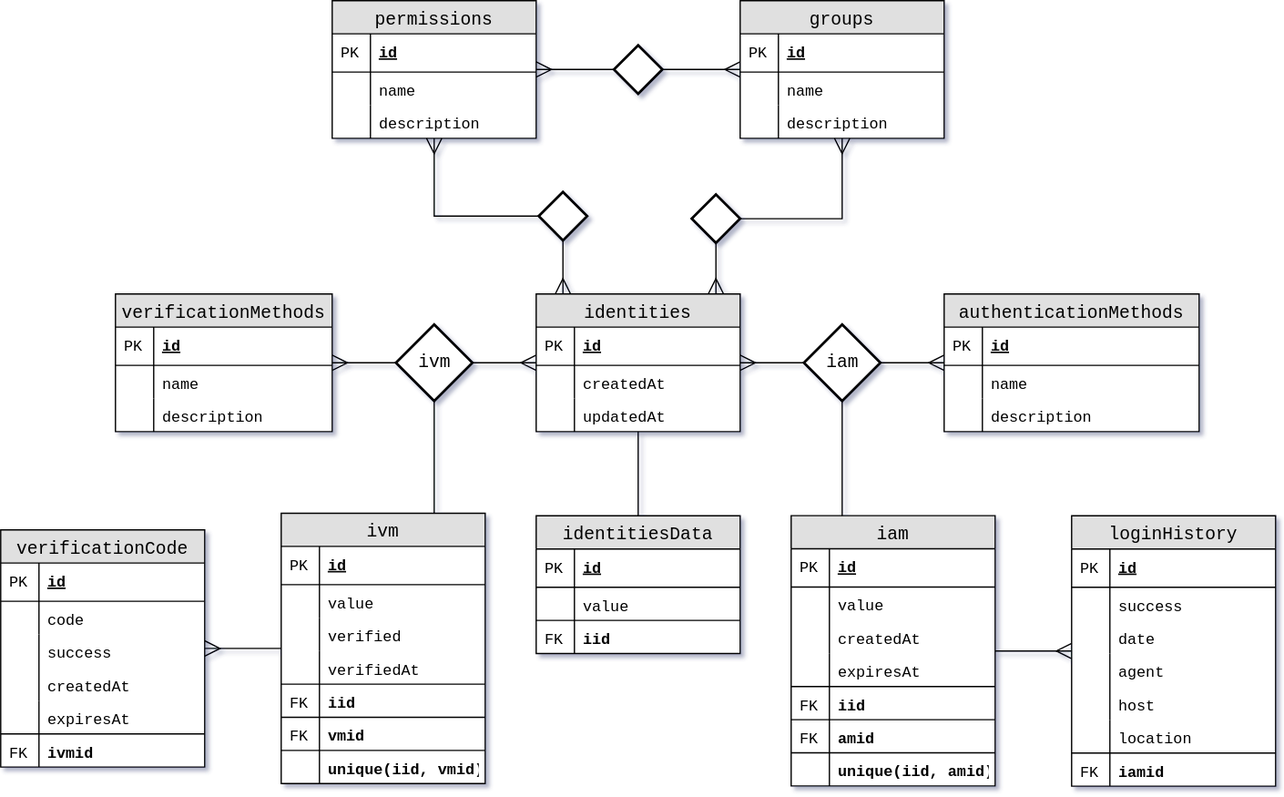
Earlier version of the draw.io export .ntweb/images/er.svg (ntrrg/usersd). Source tidied: cells renumbered, new cells last; positions are measured from the earlier drawing's top-left corner, leaving out a move shared by most shapes.
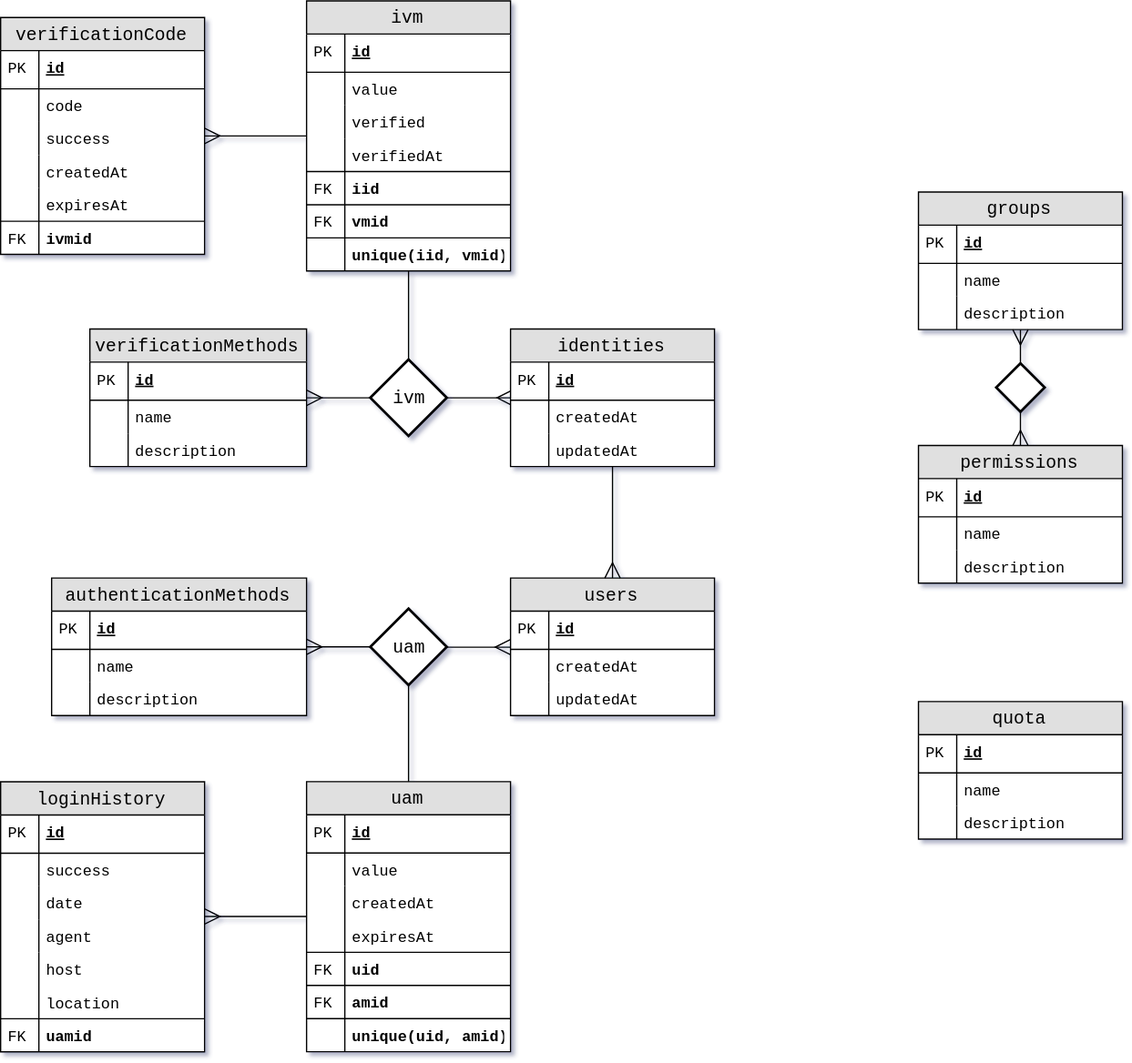
The same diagram one commit later.

Diff of the diagram source:
```diff
@@ -4,7 +4,7 @@
     <mxCell id="1" parent="0" />
-    <mxCell id="2" style="edgeStyle=orthogonalEdgeStyle;rounded=0;jettySize=auto;html=1;startArrow=ERmany;startFill=0;startSize=10;endArrow=none;endFill=0;endSize=10;entryX=0;entryY=0.5;entryDx=0;entryDy=0;fontFamily=monospace;" parent="1" edge="1" source="3" target="84">
+    <mxCell id="2" style="edgeStyle=orthogonalEdgeStyle;rounded=0;jettySize=auto;html=1;startArrow=ERmany;startFill=0;startSize=10;endArrow=none;endFill=0;endSize=10;entryX=1;entryY=0.5;entryDx=0;entryDy=0;fontFamily=monospace;" parent="1" edge="1" source="3" target="84">
       <mxGeometry relative="1" as="geometry" />
     </mxCell>
-    <mxCell id="3" value="identities" style="swimlane;fontStyle=0;horizontal=1;startSize=26;fillColor=#e0e0e0;swimlaneFillColor=#ffffff;align=center;fontSize=14;fontFamily=monospace;" parent="1" vertex="1">
-      <mxGeometry x="420" y="230" width="160" height="108" as="geometry" />
+    <mxCell id="3" value="users" style="swimlane;fontStyle=0;horizontal=1;startSize=26;fillColor=#e0e0e0;swimlaneFillColor=#ffffff;align=center;fontSize=14;fontFamily=monospace;" parent="1" vertex="1">
+      <mxGeometry x="380" y="-417" width="160" height="108" as="geometry" />
     </mxCell>
@@ -29,3 +29,3 @@
     <mxCell id="10" value="ivm" style="swimlane;fontStyle=0;horizontal=1;startSize=26;fillColor=#e0e0e0;swimlaneFillColor=#ffffff;align=center;fontSize=14;fontFamily=monospace;" parent="1" vertex="1">
-      <mxGeometry x="220" y="402" width="160" height="212" as="geometry" />
+      <mxGeometry x="220" y="-870" width="160" height="212" as="geometry" />
     </mxCell>
@@ -73,26 +73,2 @@
     </mxCell>
-    <mxCell id="25" style="edgeStyle=elbowEdgeStyle;rounded=0;jettySize=auto;elbow=vertical;html=1;startArrow=none;startFill=0;startSize=10;endArrow=none;endFill=0;endSize=10;fontFamily=monospace;" parent="1" edge="1" source="26" target="3">
-      <mxGeometry relative="1" as="geometry" />
-    </mxCell>
-    <mxCell id="26" value="identitiesData" style="swimlane;fontStyle=0;horizontal=1;startSize=26;fillColor=#e0e0e0;swimlaneFillColor=#ffffff;align=center;fontSize=14;fontFamily=monospace;" parent="1" vertex="1">
-      <mxGeometry x="420" y="404" width="160" height="108" as="geometry" />
-    </mxCell>
-    <mxCell id="27" value="id" style="shape=partialRectangle;top=0;left=0;right=0;bottom=1;align=left;verticalAlign=middle;fillColor=none;spacingLeft=34;spacingRight=4;overflow=hidden;fontStyle=5;fontSize=12;fontFamily=monospace;" parent="26" vertex="1">
-      <mxGeometry y="26" width="160" height="30" as="geometry" />
-    </mxCell>
-    <mxCell id="28" value="PK" style="shape=partialRectangle;top=0;left=0;bottom=0;fillColor=none;align=left;verticalAlign=middle;spacingLeft=4;spacingRight=4;overflow=hidden;fontSize=12;fontFamily=monospace;" parent="27" vertex="1">
-      <mxGeometry width="30" height="30" as="geometry" />
-    </mxCell>
-    <mxCell id="29" value="value" style="shape=partialRectangle;top=0;left=0;right=0;bottom=0;align=left;verticalAlign=top;fillColor=none;spacingLeft=34;spacingRight=4;overflow=hidden;fontSize=12;fontFamily=monospace;" parent="26" vertex="1">
-      <mxGeometry y="56" width="160" height="26" as="geometry" />
-    </mxCell>
-    <mxCell id="30" style="shape=partialRectangle;top=0;left=0;bottom=0;fillColor=none;align=left;verticalAlign=top;spacingLeft=4;spacingRight=4;overflow=hidden;fontSize=12;fontFamily=monospace;" parent="29" vertex="1">
-      <mxGeometry width="30" height="26" as="geometry" />
-    </mxCell>
-    <mxCell id="31" value="iid" style="shape=partialRectangle;top=1;left=0;right=0;bottom=0;align=left;verticalAlign=top;fillColor=none;spacingLeft=34;spacingRight=4;overflow=hidden;fontSize=12;fontStyle=1;fontFamily=monospace;" parent="26" vertex="1">
-      <mxGeometry y="82" width="160" height="26" as="geometry" />
-    </mxCell>
-    <mxCell id="32" value="FK" style="shape=partialRectangle;top=0;left=0;bottom=0;fillColor=none;align=left;verticalAlign=top;spacingLeft=4;spacingRight=4;overflow=hidden;fontSize=12;fontFamily=monospace;" parent="31" vertex="1">
-      <mxGeometry width="30" height="26" as="geometry" />
-    </mxCell>
     <mxCell id="33" style="edgeStyle=orthogonalEdgeStyle;rounded=0;jettySize=auto;html=1;startArrow=none;startFill=0;startSize=10;endArrow=ERmany;endFill=0;endSize=10;fontFamily=monospace;" parent="1" edge="1" source="34" target="49">
@@ -100,4 +76,4 @@
     </mxCell>
-    <mxCell id="34" value="iam" style="swimlane;fontStyle=0;horizontal=1;startSize=26;fillColor=#e0e0e0;swimlaneFillColor=#ffffff;align=center;fontSize=14;fontFamily=monospace;" parent="1" vertex="1">
-      <mxGeometry x="620" y="403.9" width="160" height="212" as="geometry" />
+    <mxCell id="34" value="uam" style="swimlane;fontStyle=0;horizontal=1;startSize=26;fillColor=#e0e0e0;swimlaneFillColor=#ffffff;align=center;fontSize=14;fontFamily=monospace;" parent="1" vertex="1">
+      <mxGeometry x="220" y="-257.1" width="160" height="212" as="geometry" />
     </mxCell>
@@ -127,3 +103,3 @@
     </mxCell>
-    <mxCell id="43" value="iid" style="shape=partialRectangle;top=1;left=0;right=0;bottom=0;align=left;verticalAlign=top;fillColor=none;spacingLeft=34;spacingRight=4;overflow=hidden;fontSize=12;fontStyle=1;fontFamily=monospace;" parent="34" vertex="1">
+    <mxCell id="43" value="uid" style="shape=partialRectangle;top=1;left=0;right=0;bottom=0;align=left;verticalAlign=top;fillColor=none;spacingLeft=34;spacingRight=4;overflow=hidden;fontSize=12;fontStyle=1;fontFamily=monospace;" parent="34" vertex="1">
       <mxGeometry y="134" width="160" height="26" as="geometry" />
@@ -139,3 +115,3 @@
     </mxCell>
-    <mxCell id="47" value="unique(iid, amid)" style="shape=partialRectangle;top=1;left=0;right=0;bottom=0;align=left;verticalAlign=top;fillColor=none;spacingLeft=34;spacingRight=4;overflow=hidden;fontSize=12;fontStyle=1;fontFamily=monospace;" parent="34" vertex="1">
+    <mxCell id="47" value="unique(uid, amid)" style="shape=partialRectangle;top=1;left=0;right=0;bottom=0;align=left;verticalAlign=top;fillColor=none;spacingLeft=34;spacingRight=4;overflow=hidden;fontSize=12;fontStyle=1;fontFamily=monospace;" parent="34" vertex="1">
       <mxGeometry y="186" width="160" height="26" as="geometry" />
@@ -146,3 +122,3 @@
     <mxCell id="49" value="loginHistory" style="swimlane;fontStyle=0;horizontal=1;startSize=26;fillColor=#e0e0e0;swimlaneFillColor=#ffffff;align=center;fontSize=14;fontFamily=monospace;" parent="1" vertex="1">
-      <mxGeometry x="840" y="404" width="160" height="212" as="geometry" />
+      <mxGeometry x="-20" y="-257" width="160" height="212" as="geometry" />
     </mxCell>
@@ -184,3 +160,3 @@
     </mxCell>
-    <mxCell id="62" value="iamid" style="shape=partialRectangle;top=1;left=0;right=0;bottom=0;align=left;verticalAlign=top;fillColor=none;spacingLeft=34;spacingRight=4;overflow=hidden;fontSize=12;fontStyle=1;strokeColor=#000000;fontFamily=monospace;" parent="49" vertex="1">
+    <mxCell id="62" value="uamid" style="shape=partialRectangle;top=1;left=0;right=0;bottom=0;align=left;verticalAlign=top;fillColor=none;spacingLeft=34;spacingRight=4;overflow=hidden;fontSize=12;fontStyle=1;strokeColor=#000000;fontFamily=monospace;" parent="49" vertex="1">
       <mxGeometry y="186" width="160" height="26" as="geometry" />
@@ -191,3 +167,3 @@
     <mxCell id="64" value="authenticationMethods" style="swimlane;fontStyle=0;horizontal=1;startSize=26;fillColor=#e0e0e0;swimlaneFillColor=#ffffff;align=center;fontSize=14;fontFamily=monospace;" parent="1" vertex="1">
-      <mxGeometry x="740" y="230" width="200" height="108" as="geometry" />
+      <mxGeometry x="20" y="-417" width="200" height="108" as="geometry" />
     </mxCell>
@@ -211,3 +187,3 @@
     </mxCell>
-    <mxCell id="71" style="edgeStyle=orthogonalEdgeStyle;rounded=0;jettySize=auto;html=1;endArrow=ERmany;endFill=0;startArrow=none;startFill=0;endSize=10;startSize=10;fontFamily=monospace;" parent="1" edge="1" source="81" target="3">
+    <mxCell id="71" style="edgeStyle=orthogonalEdgeStyle;rounded=0;jettySize=auto;html=1;endArrow=ERmany;endFill=0;startArrow=none;startFill=0;endSize=10;startSize=10;fontFamily=monospace;entryX=0.009;entryY=-0.063;entryDx=0;entryDy=0;entryPerimeter=0;" parent="1" edge="1" source="81" target="132">
       <mxGeometry relative="1" as="geometry" />
@@ -215,3 +191,3 @@
     <mxCell id="72" value="verificationMethods" style="swimlane;fontStyle=0;horizontal=1;startSize=26;fillColor=#e0e0e0;swimlaneFillColor=#ffffff;align=center;fontSize=14;fontFamily=monospace;" parent="1" vertex="1">
-      <mxGeometry x="90" y="230" width="170" height="108" as="geometry" />
+      <mxGeometry x="50" y="-612.5" width="170" height="108" as="geometry" />
     </mxCell>
@@ -238,3 +214,3 @@
     </mxCell>
-    <mxCell id="80" style="edgeStyle=orthogonalEdgeStyle;rounded=0;jettySize=auto;html=1;entryX=0.75;entryY=0;entryDx=0;entryDy=0;startArrow=none;startFill=0;startSize=10;endArrow=none;endFill=0;endSize=10;fontFamily=monospace;" parent="1" edge="1" source="81" target="10">
+    <mxCell id="80" style="edgeStyle=orthogonalEdgeStyle;rounded=0;jettySize=auto;html=1;startArrow=none;startFill=0;startSize=10;endArrow=none;endFill=0;endSize=10;fontFamily=monospace;" parent="1" edge="1" source="81" target="10">
       <mxGeometry relative="1" as="geometry" />
@@ -242,3 +218,3 @@
     <mxCell id="81" value="ivm" style="shape=rhombus;strokeWidth=2;fontSize=17;perimeter=rhombusPerimeter;whiteSpace=wrap;html=1;align=center;fontSize=14;fontFamily=monospace;" parent="1" vertex="1">
-      <mxGeometry x="310" y="254" width="60" height="60" as="geometry" />
+      <mxGeometry x="270" y="-588.5" width="60" height="60" as="geometry" />
     </mxCell>
@@ -247,7 +223,7 @@
     </mxCell>
-    <mxCell id="83" style="edgeStyle=orthogonalEdgeStyle;rounded=0;jettySize=auto;html=1;entryX=0.25;entryY=0;entryDx=0;entryDy=0;startArrow=none;startFill=0;startSize=10;endArrow=none;endFill=0;endSize=10;fontFamily=monospace;" parent="1" edge="1" source="84" target="34">
+    <mxCell id="83" style="edgeStyle=orthogonalEdgeStyle;rounded=0;jettySize=auto;html=1;startArrow=none;startFill=0;startSize=10;endArrow=none;endFill=0;endSize=10;fontFamily=monospace;" parent="1" edge="1" source="84" target="34">
       <mxGeometry relative="1" as="geometry" />
     </mxCell>
-    <mxCell id="84" value="iam" style="shape=rhombus;strokeWidth=2;fontSize=17;perimeter=rhombusPerimeter;whiteSpace=wrap;html=1;align=center;fontSize=14;fontFamily=monospace;" parent="1" vertex="1">
-      <mxGeometry x="630" y="254" width="60" height="60" as="geometry" />
+    <mxCell id="84" value="uam" style="shape=rhombus;strokeWidth=2;fontSize=17;perimeter=rhombusPerimeter;whiteSpace=wrap;html=1;align=center;fontSize=14;fontFamily=monospace;" parent="1" vertex="1">
+      <mxGeometry x="270" y="-393" width="60" height="60" as="geometry" />
     </mxCell>
@@ -257,3 +233,3 @@
     <mxCell id="86" value="verificationCode" style="swimlane;fontStyle=0;horizontal=1;startSize=26;fillColor=#e0e0e0;swimlaneFillColor=#ffffff;align=center;fontSize=14;fontFamily=monospace;" parent="1" vertex="1">
-      <mxGeometry y="415" width="160" height="186" as="geometry" />
+      <mxGeometry x="-20" y="-857" width="160" height="186" as="geometry" />
     </mxCell>
@@ -296,3 +272,3 @@
     <mxCell id="99" value="groups" style="swimlane;fontStyle=0;horizontal=1;startSize=26;fillColor=#e0e0e0;swimlaneFillColor=#ffffff;align=center;fontSize=14;fontFamily=monospace;" parent="1" vertex="1">
-      <mxGeometry x="580" width="160" height="108" as="geometry" />
+      <mxGeometry x="700" y="-720" width="160" height="108" as="geometry" />
     </mxCell>
@@ -317,3 +293,3 @@
     <mxCell id="106" value="permissions" style="swimlane;fontStyle=0;horizontal=1;startSize=26;fillColor=#e0e0e0;swimlaneFillColor=#ffffff;align=center;fontSize=14;fontFamily=monospace;" parent="1" vertex="1">
-      <mxGeometry x="260" width="160" height="108" as="geometry" />
+      <mxGeometry x="700" y="-521" width="160" height="108" as="geometry" />
     </mxCell>
@@ -337,7 +313,7 @@
     </mxCell>
-    <mxCell id="113" style="edgeStyle=orthogonalEdgeStyle;rounded=0;jettySize=auto;html=1;startArrow=none;startFill=0;startSize=10;endArrow=ERmany;endFill=0;endSize=10;fontFamily=monospace;" parent="1" edge="1" source="115" target="3">
+    <mxCell id="113" style="edgeStyle=orthogonalEdgeStyle;rounded=0;jettySize=auto;html=1;startArrow=none;startFill=0;startSize=10;endArrow=ERmany;endFill=0;endSize=10;fontFamily=monospace;entryX=0.5;entryY=0;entryDx=0;entryDy=0;" parent="1" edge="1" source="129" target="3">
       <mxGeometry relative="1" as="geometry">
         <Array as="points">
-          <mxPoint x="441" y="220" />
-          <mxPoint x="441" y="220" />
+          <mxPoint x="460" y="-457" />
+          <mxPoint x="460" y="-457" />
         </Array>
@@ -345,22 +321,2 @@
     </mxCell>
-    <mxCell id="114" style="edgeStyle=orthogonalEdgeStyle;rounded=0;jettySize=auto;html=1;startArrow=none;startFill=0;startSize=10;endArrow=ERmany;endFill=0;endSize=10;exitX=0;exitY=0.5;exitDx=0;exitDy=0;fontFamily=monospace;" parent="1" edge="1" source="115" target="106">
-      <mxGeometry relative="1" as="geometry" />
-    </mxCell>
-    <mxCell id="115" style="shape=rhombus;strokeWidth=2;fontSize=17;perimeter=rhombusPerimeter;whiteSpace=wrap;html=1;align=center;fontSize=14;fontFamily=monospace;" parent="1" vertex="1">
-      <mxGeometry x="422" y="150" width="38" height="38" as="geometry" />
-    </mxCell>
-    <mxCell id="116" style="edgeStyle=orthogonalEdgeStyle;rounded=0;jettySize=auto;html=1;startArrow=none;startFill=0;startSize=10;endArrow=ERmany;endFill=0;endSize=10;exitX=0.5;exitY=1;exitDx=0;exitDy=0;fontFamily=monospace;" parent="1" edge="1" source="118" target="3">
-      <mxGeometry relative="1" as="geometry">
-        <Array as="points">
-          <mxPoint x="561" y="210" />
-          <mxPoint x="561" y="210" />
-        </Array>
-      </mxGeometry>
-    </mxCell>
-    <mxCell id="117" style="edgeStyle=orthogonalEdgeStyle;rounded=0;jettySize=auto;html=1;startArrow=none;startFill=0;startSize=10;endArrow=ERmany;endFill=0;endSize=10;exitX=1;exitY=0.5;exitDx=0;exitDy=0;fontFamily=monospace;" parent="1" edge="1" source="118" target="99">
-      <mxGeometry relative="1" as="geometry" />
-    </mxCell>
-    <mxCell id="118" style="shape=rhombus;strokeWidth=2;fontSize=17;perimeter=rhombusPerimeter;whiteSpace=wrap;html=1;align=center;fontSize=14;fontFamily=monospace;" parent="1" vertex="1">
-      <mxGeometry x="542" y="152" width="38" height="38" as="geometry" />
-    </mxCell>
     <mxCell id="119" style="edgeStyle=orthogonalEdgeStyle;rounded=0;jettySize=auto;html=1;startArrow=none;startFill=0;startSize=10;endArrow=ERmany;endFill=0;endSize=10;fontFamily=monospace;" parent="1" edge="1" source="121" target="99">
@@ -371,4 +327,46 @@
     </mxCell>
+    <mxCell id="122" value="quota" style="swimlane;fontStyle=0;horizontal=1;startSize=26;fillColor=#e0e0e0;swimlaneFillColor=#ffffff;align=center;fontSize=14;fontFamily=monospace;" parent="1" vertex="1">
+      <mxGeometry x="700" y="-320" width="160" height="108" as="geometry" />
+    </mxCell>
+    <mxCell id="123" value="id" style="shape=partialRectangle;top=0;left=0;right=0;bottom=1;align=left;verticalAlign=middle;fillColor=none;spacingLeft=34;spacingRight=4;overflow=hidden;fontStyle=5;fontSize=12;fontFamily=monospace;" parent="122" vertex="1">
+      <mxGeometry y="26" width="160" height="30" as="geometry" />
+    </mxCell>
+    <mxCell id="124" value="PK" style="shape=partialRectangle;top=0;left=0;bottom=0;fillColor=none;align=left;verticalAlign=middle;spacingLeft=4;spacingRight=4;overflow=hidden;fontSize=12;fontFamily=monospace;" parent="123" vertex="1">
+      <mxGeometry width="30" height="30" as="geometry" />
+    </mxCell>
+    <mxCell id="125" value="name" style="shape=partialRectangle;top=0;left=0;right=0;bottom=0;align=left;verticalAlign=top;fillColor=none;spacingLeft=34;spacingRight=4;overflow=hidden;fontSize=12;fontFamily=monospace;" parent="122" vertex="1">
+      <mxGeometry y="56" width="160" height="26" as="geometry" />
+    </mxCell>
+    <mxCell id="126" style="shape=partialRectangle;top=0;left=0;bottom=0;fillColor=none;align=left;verticalAlign=top;spacingLeft=4;spacingRight=4;overflow=hidden;fontSize=12;fontFamily=monospace;" parent="125" vertex="1">
+      <mxGeometry width="30" height="26" as="geometry" />
+    </mxCell>
+    <mxCell id="127" value="description" style="shape=partialRectangle;top=0;left=0;right=0;bottom=0;align=left;verticalAlign=top;fillColor=none;spacingLeft=34;spacingRight=4;overflow=hidden;fontSize=12;fontFamily=monospace;" parent="122" vertex="1">
+      <mxGeometry y="82" width="160" height="26" as="geometry" />
+    </mxCell>
+    <mxCell id="128" style="shape=partialRectangle;top=0;left=0;bottom=0;fillColor=none;align=left;verticalAlign=top;spacingLeft=4;spacingRight=4;overflow=hidden;fontSize=12;fontFamily=monospace;" parent="127" vertex="1">
+      <mxGeometry width="30" height="26" as="geometry" />
+    </mxCell>
+    <mxCell id="129" value="identities" style="swimlane;fontStyle=0;horizontal=1;startSize=26;fillColor=#e0e0e0;swimlaneFillColor=#ffffff;align=center;fontSize=14;fontFamily=monospace;" parent="1" vertex="1">
+      <mxGeometry x="380" y="-612.5" width="160" height="108" as="geometry" />
+    </mxCell>
+    <mxCell id="130" value="id" style="shape=partialRectangle;top=0;left=0;right=0;bottom=1;align=left;verticalAlign=middle;fillColor=none;spacingLeft=34;spacingRight=4;overflow=hidden;fontStyle=5;fontSize=12;fontFamily=monospace;" parent="129" vertex="1">
+      <mxGeometry y="26" width="160" height="30" as="geometry" />
+    </mxCell>
+    <mxCell id="131" value="PK" style="shape=partialRectangle;top=0;left=0;bottom=0;fillColor=none;align=left;verticalAlign=middle;spacingLeft=4;spacingRight=4;overflow=hidden;fontSize=12;fontFamily=monospace;" parent="130" vertex="1">
+      <mxGeometry width="30" height="30" as="geometry" />
+    </mxCell>
+    <mxCell id="132" value="createdAt" style="shape=partialRectangle;top=0;left=0;right=0;bottom=0;align=left;verticalAlign=top;fillColor=none;spacingLeft=34;spacingRight=4;overflow=hidden;points=[[0,0.5],[1,0.5]];portConstraint=eastwest;fontSize=12;fontFamily=monospace;" parent="129" vertex="1">
+      <mxGeometry y="56" width="160" height="26" as="geometry" />
+    </mxCell>
+    <mxCell id="133" style="shape=partialRectangle;top=0;left=0;bottom=0;fillColor=none;align=left;verticalAlign=top;spacingLeft=4;spacingRight=4;overflow=hidden;fontSize=12;fontFamily=monospace;" parent="132" vertex="1">
+      <mxGeometry width="30" height="26" as="geometry" />
+    </mxCell>
+    <mxCell id="134" value="updatedAt" style="shape=partialRectangle;top=0;left=0;right=0;bottom=0;align=left;verticalAlign=top;fillColor=none;spacingLeft=34;spacingRight=4;overflow=hidden;fontSize=12;fontFamily=monospace;" parent="129" vertex="1">
+      <mxGeometry y="82" width="160" height="26" as="geometry" />
+    </mxCell>
+    <mxCell id="135" style="shape=partialRectangle;top=0;left=0;bottom=0;fillColor=none;align=left;verticalAlign=top;spacingLeft=4;spacingRight=4;overflow=hidden;fontSize=12;fontFamily=monospace;" parent="134" vertex="1">
+      <mxGeometry width="30" height="26" as="geometry" />
+    </mxCell>
     <mxCell id="121" style="shape=rhombus;strokeWidth=2;fontSize=17;perimeter=rhombusPerimeter;whiteSpace=wrap;html=1;align=center;fontSize=14;fontFamily=monospace;" parent="1" vertex="1">
-      <mxGeometry x="481" y="35" width="38" height="38" as="geometry" />
+      <mxGeometry x="761" y="-585.5" width="38" height="38" as="geometry" />
     </mxCell>
```
